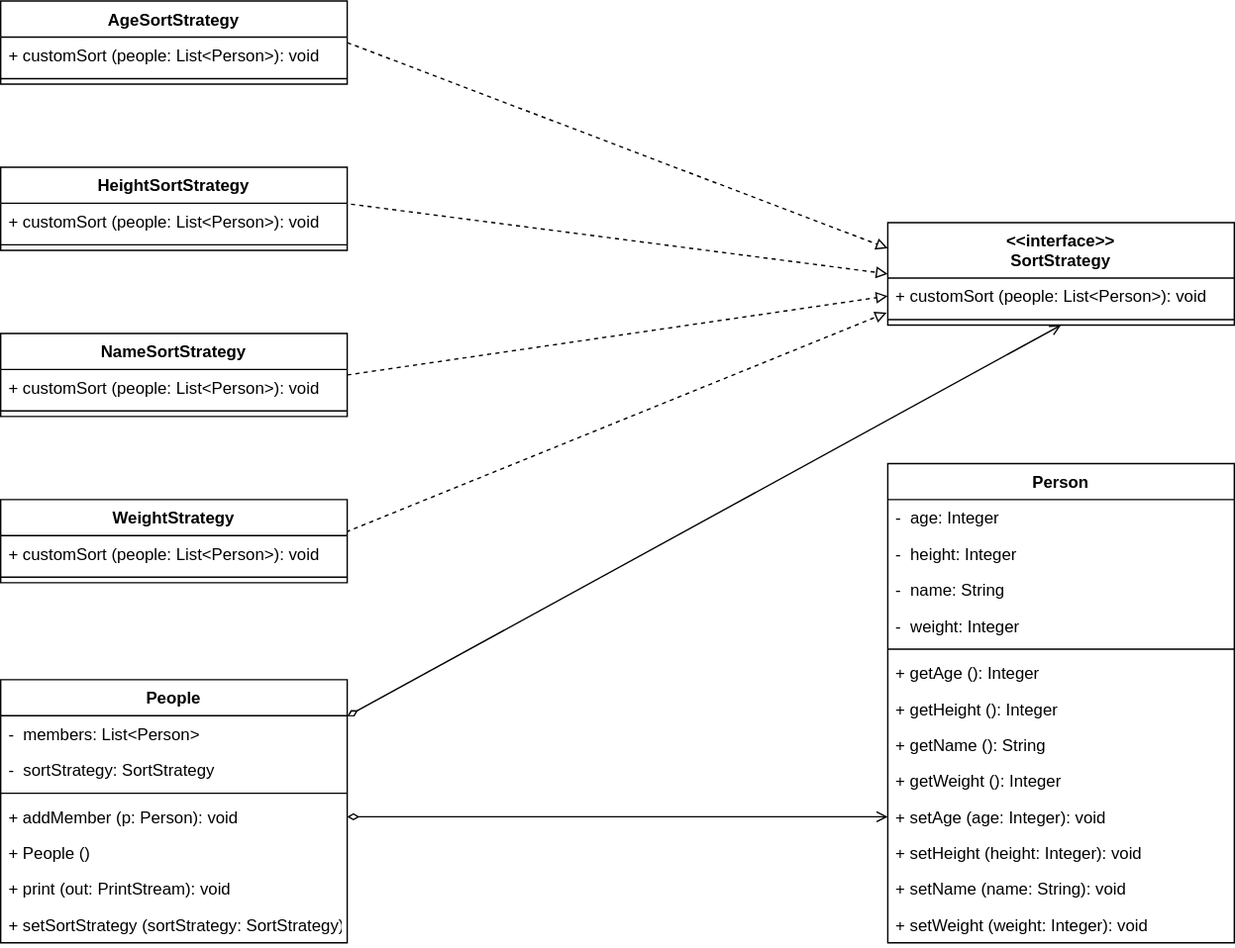
ussnllmn/SAD-1-2564 keeps this draw.io diagram as Lab10 - Behavior Design Patterns 2/Lab10 - Diagram.svg. Above is the earlier version. Source tidied: cells renumbered, new cells last; positions are measured from the earlier drawing's top-left corner, leaving out a move shared by most shapes.
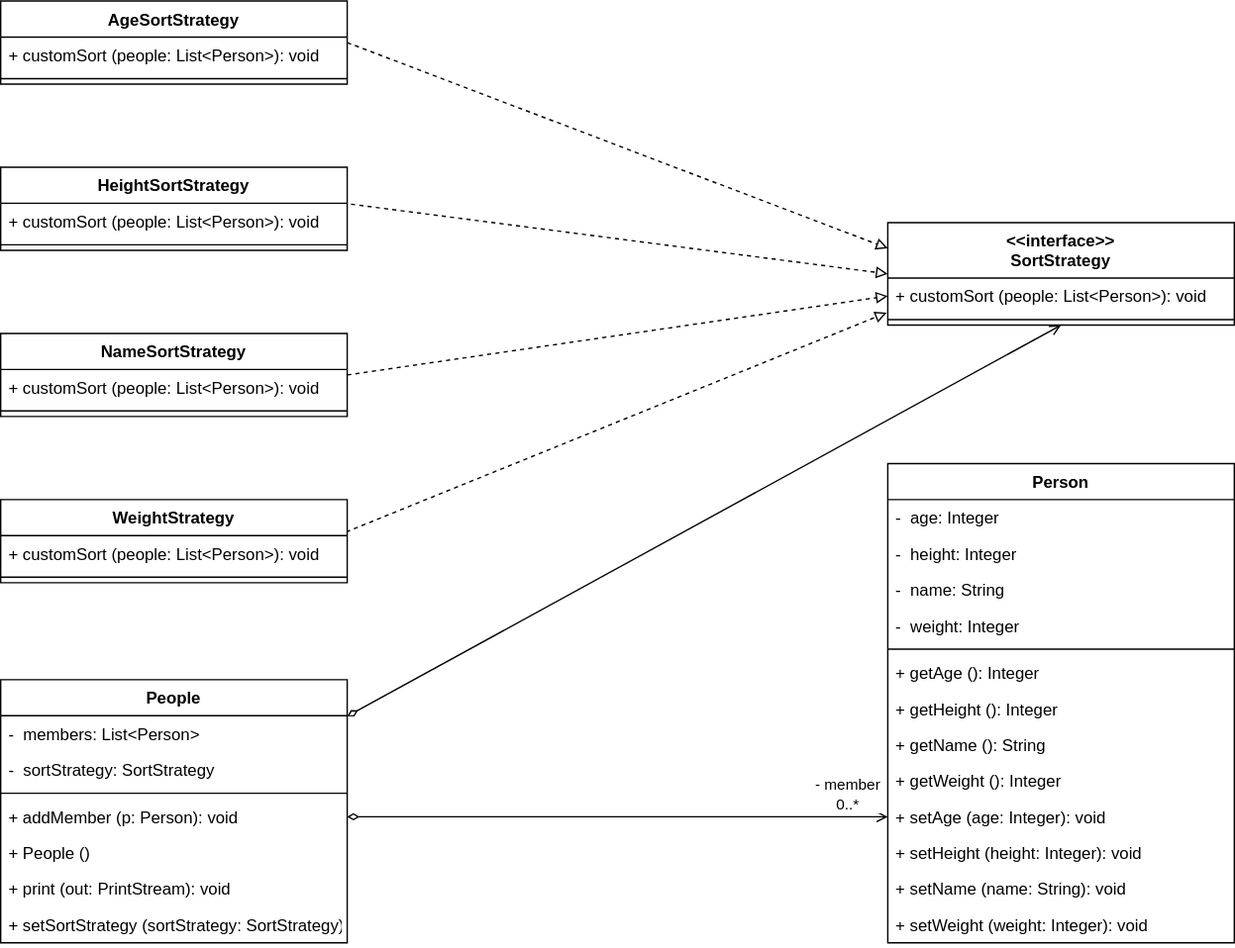
The same file after the commit.

Change to the diagram source:
```diff
@@ -131,5 +131,10 @@
     <mxCell id="44" style="edgeStyle=none;rounded=0;jettySize=auto;html=1;entryX=0;entryY=0.5;entryDx=0;entryDy=0;startArrow=diamondThin;startFill=0;endArrow=open;endFill=0;" parent="1" edge="1" source="10" target="39">
       <mxGeometry relative="1" as="geometry" />
     </mxCell>
+    <mxCell id="45" value="- member&lt;br&gt;0..*" style="edgeLabel;html=1;align=center;verticalAlign=middle;" parent="44" vertex="1">
+      <mxGeometry x="0.86" y="-1" relative="1" as="geometry">
+        <mxPoint x="-3" y="-18" as="offset" />
+      </mxGeometry>
+    </mxCell>
   </root>
 </mxGraphModel>
```
